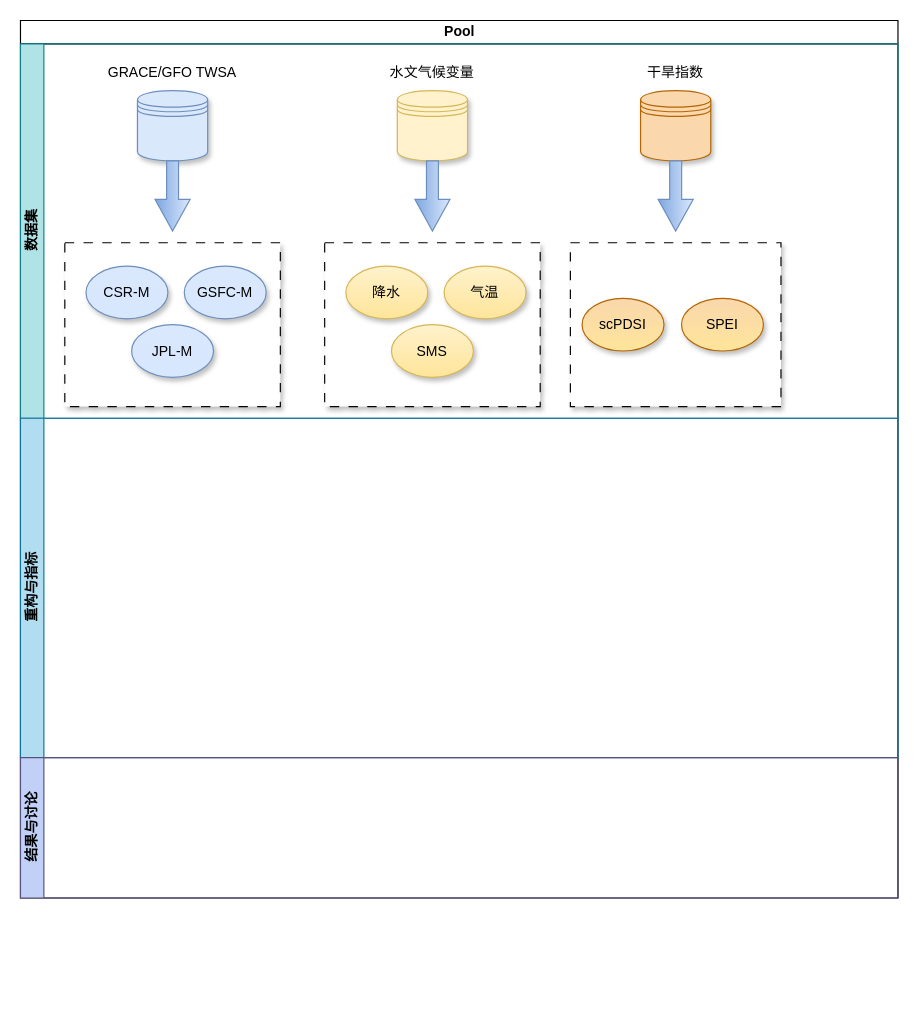
Above: 未命名绘图.drawio in lesmorts/Notes (draw.io), before the change. Source tidied: cells renumbered, new cells numbered last; positions are measured from the earlier drawing's top-left corner, leaving out a move shared by most shapes. Both pictures are drawn from the tidied source at 117%, with x=0, y=0 at pixel (20, 20).
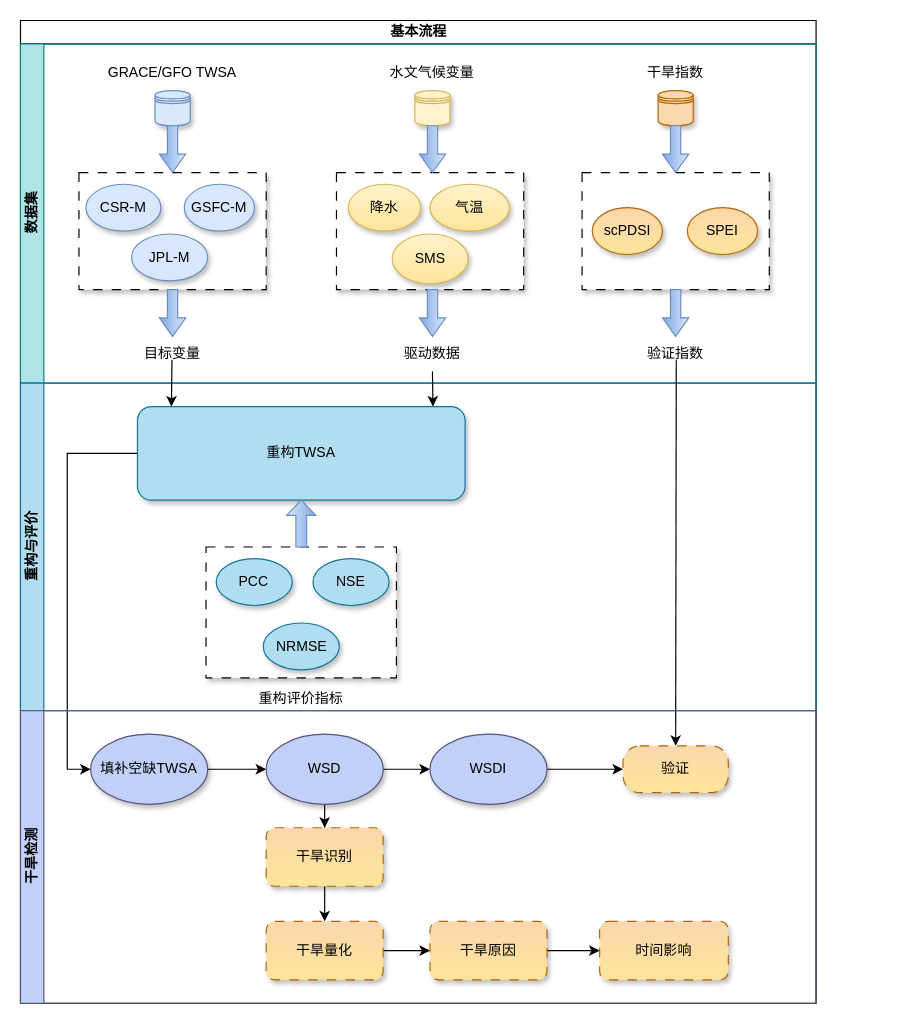
The same diagram, later.

Commit message (it also covers changes not shown here):
更新未命名绘图.drawio

Diff of the diagram source:
```diff
@@
-    <mxCell id="2" value="Pool" style="swimlane;horizontal=1;startSize=20;html=1;" parent="1" vertex="1">
-      <mxGeometry width="750" height="750" as="geometry" />
+    <mxCell id="2" value="基本流程" style="swimlane;horizontal=1;startSize=20;html=1;" parent="1" vertex="1">
+      <mxGeometry width="680" height="840" as="geometry" />
     </mxCell>
     <mxCell id="3" value="数据集" style="swimlane;startSize=20;horizontal=0;html=1;swimlaneFillColor=none;fillColor=#b0e3e6;strokeColor=#0e8088;" parent="2" vertex="1">
-      <mxGeometry y="20" width="750" height="320" as="geometry" />
+      <mxGeometry y="20" width="680" height="290" as="geometry" />
     </mxCell>
     <mxCell id="4" style="shape=datastore;whiteSpace=wrap;html=1;fillColor=#dae8fc;strokeColor=#6c8ebf;shadow=1;" parent="3" vertex="1">
-      <mxGeometry x="100" y="40" width="60" height="60" as="geometry" />
+      <mxGeometry x="115" y="40" width="30" height="30" as="geometry" />
     </mxCell>
@@
     <mxCell id="6" style="shape=datastore;whiteSpace=wrap;html=1;fillColor=#fff2cc;strokeColor=#d6b656;shadow=1;" parent="3" vertex="1">
-      <mxGeometry x="322.1" y="40" width="60" height="60" as="geometry" />
+      <mxGeometry x="337.1" y="40" width="30" height="30" as="geometry" />
     </mxCell>
@@
     <mxCell id="8" style="shape=datastore;whiteSpace=wrap;html=1;fillColor=#fad7ac;strokeColor=#b46504;shadow=1;" parent="3" vertex="1">
-      <mxGeometry x="530" y="40" width="60" height="60" as="geometry" />
+      <mxGeometry x="545" y="40" width="30" height="30" as="geometry" />
     </mxCell>
@@
-    <mxCell id="10" style="html=1;shadow=0;dashed=0;align=center;verticalAlign=middle;shape=mxgraph.arrows2.arrow;dy=0.66;dx=27.07;direction=south;notch=0;fillColor=#dae8fc;strokeColor=#6c8ebf;gradientColor=#7ea6e0;" parent="3" vertex="1">
-      <mxGeometry x="115" y="100" width="30" height="60" as="geometry" />
+    <mxCell id="10" style="html=1;shadow=0;dashed=0;align=center;verticalAlign=middle;shape=mxgraph.arrows2.arrow;dy=0.61;dx=15.76;direction=south;notch=0;fillColor=#dae8fc;strokeColor=#6c8ebf;gradientColor=#7ea6e0;" parent="3" vertex="1">
+      <mxGeometry x="118.7" y="70" width="22.5" height="40" as="geometry" />
     </mxCell>
-    <mxCell id="11" style="html=1;shadow=0;dashed=0;align=center;verticalAlign=middle;shape=mxgraph.arrows2.arrow;dy=0.66;dx=27.07;direction=south;notch=0;fillColor=#dae8fc;strokeColor=#6c8ebf;gradientColor=#7ea6e0;" parent="3" vertex="1">
-      <mxGeometry x="337.1" y="100" width="30" height="60" as="geometry" />
-    </mxCell>
-    <mxCell id="12" style="html=1;shadow=0;dashed=0;align=center;verticalAlign=middle;shape=mxgraph.arrows2.arrow;dy=0.66;dx=27.07;direction=south;notch=0;fillColor=#dae8fc;strokeColor=#6c8ebf;gradientColor=#7ea6e0;" parent="3" vertex="1">
-      <mxGeometry x="545" y="100" width="30" height="60" as="geometry" />
-    </mxCell>
     <mxCell id="13" style="rounded=0;whiteSpace=wrap;html=1;arcSize=15;glass=0;dashed=1;dashPattern=8 8;shadow=1;" parent="3" vertex="1">
-      <mxGeometry x="37.9" y="170" width="184.2" height="140" as="geometry" />
+      <mxGeometry x="50" y="110" width="160" height="100" as="geometry" />
     </mxCell>
     <mxCell id="14" value="CSR-M" style="ellipse;whiteSpace=wrap;html=1;fillColor=#dae8fc;gradientColor=#d7e7fe;strokeColor=#6c8ebf;align=center;verticalAlign=middle;fontFamily=Helvetica;fontSize=12;fontColor=default;shadow=1;" parent="3" vertex="1">
-      <mxGeometry x="56" y="190" width="70" height="45" as="geometry" />
+      <mxGeometry x="56" y="120" width="64" height="40" as="geometry" />
     </mxCell>
-    <mxCell id="15" value="GSFC-M" style="ellipse;whiteSpace=wrap;html=1;fillColor=#dae8fc;gradientColor=#d7e7fe;strokeColor=#6c8ebf;shadow=1;" parent="3" vertex="1">
-      <mxGeometry x="140" y="190" width="70" height="45" as="geometry" />
+    <mxCell id="15" value="GSFC-M" style="ellipse;whiteSpace=wrap;html=1;fillColor=#dae8fc;gradientColor=#d7e7fe;strokeColor=#6c8ebf;shadow=1;align=center;verticalAlign=middle;fontFamily=Helvetica;fontSize=12;fontColor=default;" parent="3" vertex="1">
+      <mxGeometry x="140" y="120" width="60" height="40" as="geometry" />
     </mxCell>
     <mxCell id="16" value="JPL-M" style="ellipse;whiteSpace=wrap;html=1;gradientColor=#d7e7fe;fillColor=#dae8fc;strokeColor=#6c8ebf;align=center;verticalAlign=middle;fontFamily=Helvetica;fontSize=12;fontColor=default;shadow=1;" parent="3" vertex="1">
-      <mxGeometry x="95" y="240" width="70" height="45" as="geometry" />
+      <mxGeometry x="95" y="162.5" width="65" height="40" as="geometry" />
     </mxCell>
     <mxCell id="17" style="rounded=0;whiteSpace=wrap;html=1;arcSize=15;glass=0;dashed=1;dashPattern=8 8;shadow=1;" parent="3" vertex="1">
-      <mxGeometry x="260" y="170" width="184.2" height="140" as="geometry" />
+      <mxGeometry x="270.1" y="110" width="160" height="100" as="geometry" />
     </mxCell>
     <mxCell id="18" value="降水" style="ellipse;whiteSpace=wrap;html=1;fillColor=#fff2cc;gradientColor=#fee59a;strokeColor=#d6b656;align=center;verticalAlign=middle;fontFamily=Helvetica;fontSize=12;shadow=1;fontColor=default;" parent="3" vertex="1">
-      <mxGeometry x="278.1" y="190" width="70" height="45" as="geometry" />
+      <mxGeometry x="280.1" y="120" width="61.9" height="40" as="geometry" />
     </mxCell>
     <mxCell id="19" value="气温" style="ellipse;whiteSpace=wrap;html=1;fillColor=#fff2cc;gradientColor=#fee59a;strokeColor=#d6b656;shadow=1;align=center;verticalAlign=middle;fontFamily=Helvetica;fontSize=12;fontColor=default;" parent="3" vertex="1">
-      <mxGeometry x="362.1" y="190" width="70" height="45" as="geometry" />
+      <mxGeometry x="350" y="120" width="67.9" height="40" as="geometry" />
     </mxCell>
     <mxCell id="20" value="SMS" style="ellipse;whiteSpace=wrap;html=1;gradientColor=#fee59a;fillColor=#fff2cc;strokeColor=#d6b656;align=center;verticalAlign=middle;fontFamily=Helvetica;fontSize=12;fontColor=default;shadow=1;" parent="3" vertex="1">
-      <mxGeometry x="317.1" y="240" width="70" height="45" as="geometry" />
+      <mxGeometry x="317.7" y="162.5" width="64.9" height="42.5" as="geometry" />
     </mxCell>
     <mxCell id="21" style="rounded=0;whiteSpace=wrap;html=1;arcSize=15;glass=0;dashed=1;dashPattern=8 8;shadow=1;" parent="3" vertex="1">
-      <mxGeometry x="470" y="170" width="180" height="140" as="geometry" />
+      <mxGeometry x="480" y="110" width="160" height="100" as="geometry" />
     </mxCell>
     <mxCell id="22" value="scPDSI" style="ellipse;whiteSpace=wrap;html=1;fillColor=#fad7ac;gradientColor=#fee59a;strokeColor=#b46504;align=center;verticalAlign=middle;fontFamily=Helvetica;fontSize=12;shadow=1;fontColor=default;" parent="3" vertex="1">
-      <mxGeometry x="480" y="217.5" width="70" height="45" as="geometry" />
+      <mxGeometry x="488.7" y="140" width="60" height="40" as="geometry" />
     </mxCell>
     <mxCell id="23" value="SPEI" style="ellipse;whiteSpace=wrap;html=1;gradientColor=#fee59a;fillColor=#fad7ac;strokeColor=#b46504;align=center;verticalAlign=middle;fontFamily=Helvetica;fontSize=12;fontColor=default;shadow=1;" parent="3" vertex="1">
-      <mxGeometry x="565" y="217.5" width="70" height="45" as="geometry" />
+      <mxGeometry x="570" y="140" width="60" height="40" as="geometry" />
     </mxCell>
+    <mxCell id="26" value="目标变量" style="text;html=1;align=center;verticalAlign=middle;whiteSpace=wrap;rounded=0;" parent="3" vertex="1">
+      <mxGeometry x="100" y="250" width="60" height="30" as="geometry" />
+    </mxCell>
+    <mxCell id="27" value="驱动数据" style="text;html=1;align=center;verticalAlign=middle;whiteSpace=wrap;rounded=0;" parent="3" vertex="1">
+      <mxGeometry x="322.1" y="250" width="60" height="30" as="geometry" />
+    </mxCell>
+    <mxCell id="28" value="验证指数" style="text;html=1;align=center;verticalAlign=middle;whiteSpace=wrap;rounded=0;" parent="3" vertex="1">
+      <mxGeometry x="530" y="250" width="60" height="30" as="geometry" />
+    </mxCell>
+    <mxCell id="29" style="endArrow=classic;html=1;rounded=0;entryX=0;entryY=0.5;entryDx=0;entryDy=0;" parent="3" edge="1" target="46">
+      <mxGeometry relative="1" as="geometry">
+        <mxPoint x="100" y="350" as="sourcePoint" />
+        <Array as="points">
+          <mxPoint x="40" y="350" />
+          <mxPoint x="40" y="620" />
+        </Array>
+      </mxGeometry>
+    </mxCell>
+    <mxCell id="30" style="html=1;shadow=0;dashed=0;align=center;verticalAlign=middle;shape=mxgraph.arrows2.arrow;dy=0.61;dx=15.76;direction=south;notch=0;fillColor=#dae8fc;strokeColor=#6c8ebf;gradientColor=#7ea6e0;" parent="3" vertex="1">
+      <mxGeometry x="340.9" y="70" width="22.5" height="40" as="geometry" />
+    </mxCell>
+    <mxCell id="31" style="html=1;shadow=0;dashed=0;align=center;verticalAlign=middle;shape=mxgraph.arrows2.arrow;dy=0.61;dx=15.76;direction=south;notch=0;fillColor=#dae8fc;strokeColor=#6c8ebf;gradientColor=#7ea6e0;" parent="3" vertex="1">
+      <mxGeometry x="548.7" y="70" width="22.5" height="40" as="geometry" />
+    </mxCell>
+    <mxCell id="32" style="html=1;shadow=0;dashed=0;align=center;verticalAlign=middle;shape=mxgraph.arrows2.arrow;dy=0.61;dx=15.76;direction=south;notch=0;fillColor=#dae8fc;strokeColor=#6c8ebf;gradientColor=#7ea6e0;" parent="3" vertex="1">
+      <mxGeometry x="118.7" y="210" width="22.5" height="40" as="geometry" />
+    </mxCell>
+    <mxCell id="33" style="html=1;shadow=0;dashed=0;align=center;verticalAlign=middle;shape=mxgraph.arrows2.arrow;dy=0.61;dx=15.76;direction=south;notch=0;fillColor=#dae8fc;strokeColor=#6c8ebf;gradientColor=#7ea6e0;" parent="3" vertex="1">
+      <mxGeometry x="340.9" y="210" width="22.5" height="40" as="geometry" />
+    </mxCell>
+    <mxCell id="34" style="html=1;shadow=0;dashed=0;align=center;verticalAlign=middle;shape=mxgraph.arrows2.arrow;dy=0.61;dx=15.76;direction=south;notch=0;fillColor=#dae8fc;strokeColor=#6c8ebf;gradientColor=#7ea6e0;" parent="3" vertex="1">
+      <mxGeometry x="548.7" y="210" width="22.5" height="40" as="geometry" />
+    </mxCell>
-    <mxCell id="24" value="重构与指标" style="swimlane;startSize=20;horizontal=0;html=1;swimlaneFillColor=none;fillColor=#b1ddf0;strokeColor=#10739e;" parent="2" vertex="1">
-      <mxGeometry y="340" width="750" height="290" as="geometry" />
+    <mxCell id="24" value="重构与评价" style="swimlane;startSize=20;horizontal=0;html=1;swimlaneFillColor=none;fillColor=#b1ddf0;strokeColor=#10739e;rounded=0;arcSize=0;shadow=0;" parent="2" vertex="1">
+      <mxGeometry y="310" width="680" height="280" as="geometry" />
     </mxCell>
+    <mxCell id="35" style="endArrow=classic;html=1;rounded=0;" parent="24" edge="1">
+      <mxGeometry relative="1" as="geometry">
+        <mxPoint x="129.5" y="-20" as="sourcePoint" />
+        <mxPoint x="129" y="20" as="targetPoint" />
+      </mxGeometry>
+    </mxCell>
+    <mxCell id="36" style="endArrow=classic;html=1;rounded=0;entryX=0.5;entryY=0;entryDx=0;entryDy=0;" parent="24" edge="1" target="44">
+      <mxGeometry relative="1" as="geometry">
+        <mxPoint x="560.5" y="-20" as="sourcePoint" />
+      </mxGeometry>
+    </mxCell>
+    <mxCell id="37" value="重构TWSA" style="rounded=1;whiteSpace=wrap;html=1;shadow=1;glass=0;fillColor=#b1ddf0;strokeColor=#10739e;" parent="24" vertex="1">
+      <mxGeometry x="100" y="20" width="280" height="80" as="geometry" />
+    </mxCell>
+    <mxCell id="38" style="rounded=0;whiteSpace=wrap;html=1;arcSize=15;glass=0;dashed=1;dashPattern=8 8;shadow=1;" parent="24" vertex="1">
+      <mxGeometry x="158.6" y="140" width="162.7" height="111.9" as="geometry" />
+    </mxCell>
+    <mxCell id="39" value="PCC" style="ellipse;whiteSpace=wrap;html=1;fillColor=#b1ddf0;strokeColor=#10739e;align=center;verticalAlign=middle;fontFamily=Helvetica;fontSize=12;shadow=1;" parent="24" vertex="1">
+      <mxGeometry x="167.3" y="150" width="65" height="40" as="geometry" />
+    </mxCell>
+    <mxCell id="40" value="NSE" style="ellipse;whiteSpace=wrap;html=1;fillColor=#b1ddf0;strokeColor=#10739e;shadow=1;align=center;verticalAlign=middle;fontFamily=Helvetica;fontSize=12;" parent="24" vertex="1">
+      <mxGeometry x="250" y="150" width="65" height="40" as="geometry" />
+    </mxCell>
+    <mxCell id="41" value="NRMSE" style="ellipse;whiteSpace=wrap;html=1;fillColor=#b1ddf0;strokeColor=#10739e;align=center;verticalAlign=middle;fontFamily=Helvetica;fontSize=12;shadow=1;" parent="24" vertex="1">
+      <mxGeometry x="207.5" y="205" width="65" height="40" as="geometry" />
+    </mxCell>
+    <mxCell id="42" style="html=1;shadow=0;dashed=0;align=center;verticalAlign=middle;shape=mxgraph.arrows2.arrow;dy=0.63;dx=13.02;direction=north;notch=0;fillColor=#dae8fc;strokeColor=#6c8ebf;gradientColor=#7ea6e0;" parent="24" vertex="1">
+      <mxGeometry x="227.5" y="100" width="25" height="40" as="geometry" />
+    </mxCell>
+    <mxCell id="43" value="重构评价指标" style="text;html=1;align=center;verticalAlign=middle;whiteSpace=wrap;rounded=0;" parent="24" vertex="1">
+      <mxGeometry x="195" y="254.5" width="90" height="30" as="geometry" />
+    </mxCell>
-    <mxCell id="25" value="结果与讨论" style="swimlane;startSize=20;horizontal=0;html=1;fillColor=#c0d0f7;strokeColor=#56517e;" parent="2" vertex="1">
-      <mxGeometry y="630" width="750" height="120" as="geometry" />
+    <mxCell id="25" value="干旱检测" style="swimlane;startSize=20;horizontal=0;html=1;fillColor=#c0d0f7;strokeColor=#56517e;swimlaneLine=1;" parent="2" vertex="1">
+      <mxGeometry y="590" width="680" height="250" as="geometry" />
     </mxCell>
+    <mxCell id="44" value="验证" style="rounded=1;whiteSpace=wrap;html=1;arcSize=36;shadow=1;dashed=1;dashPattern=8 8;strokeColor=#b46504;align=center;verticalAlign=middle;fontFamily=Helvetica;fontSize=12;fontColor=default;fontStyle=0;fillColor=#fad7ac;gradientColor=#fee59a;" parent="25" vertex="1">
+      <mxGeometry x="515" y="30" width="90" height="40" as="geometry" />
+    </mxCell>
+    <mxCell id="45" style="edgeStyle=orthogonalEdgeStyle;rounded=0;jettySize=auto;html=1;exitX=1;exitY=0.5;exitDx=0;exitDy=0;entryX=0;entryY=0.5;entryDx=0;entryDy=0;" parent="25" edge="1" source="46" target="49">
+      <mxGeometry relative="1" as="geometry" />
+    </mxCell>
+    <mxCell id="46" value="填补空缺TWSA" style="ellipse;whiteSpace=wrap;html=1;fillColor=#c0d0f7;strokeColor=#56517e;align=center;verticalAlign=middle;fontFamily=Helvetica;fontSize=12;shadow=1;fontStyle=0;fontColor=default;" parent="25" vertex="1">
+      <mxGeometry x="60" y="20" width="100" height="60" as="geometry" />
+    </mxCell>
+    <mxCell id="47" style="edgeStyle=orthogonalEdgeStyle;rounded=0;jettySize=auto;html=1;" parent="25" edge="1" source="49" target="51">
+      <mxGeometry relative="1" as="geometry" />
+    </mxCell>
+    <mxCell id="48" style="edgeStyle=orthogonalEdgeStyle;rounded=0;jettySize=auto;html=1;" parent="25" edge="1" source="49" target="53">
+      <mxGeometry relative="1" as="geometry" />
+    </mxCell>
+    <mxCell id="49" value="WSD" style="ellipse;whiteSpace=wrap;html=1;fillColor=#c0d0f7;strokeColor=#56517e;align=center;verticalAlign=middle;fontFamily=Helvetica;fontSize=12;shadow=1;fontColor=default;fontStyle=0;" parent="25" vertex="1">
+      <mxGeometry x="210" y="20" width="100" height="60" as="geometry" />
+    </mxCell>
+    <mxCell id="50" style="edgeStyle=orthogonalEdgeStyle;rounded=0;jettySize=auto;html=1;" parent="25" edge="1" source="51" target="44">
+      <mxGeometry relative="1" as="geometry" />
+    </mxCell>
+    <mxCell id="51" value="WSDI" style="ellipse;whiteSpace=wrap;html=1;fillColor=#c0d0f7;strokeColor=#56517e;align=center;verticalAlign=middle;fontFamily=Helvetica;fontSize=12;shadow=1;fontColor=default;fontStyle=0;" parent="25" vertex="1">
+      <mxGeometry x="350" y="20" width="100" height="60" as="geometry" />
+    </mxCell>
+    <mxCell id="52" style="edgeStyle=orthogonalEdgeStyle;rounded=0;jettySize=auto;html=1;" parent="25" edge="1" source="53" target="55">
+      <mxGeometry relative="1" as="geometry" />
+    </mxCell>
+    <mxCell id="53" value="干旱识别" style="rounded=1;whiteSpace=wrap;html=1;fillColor=#fad7ac;strokeColor=#b46504;shadow=1;fontStyle=0;dashed=1;dashPattern=8 8;align=center;verticalAlign=middle;fontFamily=Helvetica;fontSize=12;fontColor=default;gradientColor=#fee59a;" parent="25" vertex="1">
+      <mxGeometry x="210" y="100" width="100" height="50" as="geometry" />
+    </mxCell>
+    <mxCell id="54" style="edgeStyle=orthogonalEdgeStyle;rounded=0;jettySize=auto;html=1;" parent="25" edge="1" source="55" target="57">
+      <mxGeometry relative="1" as="geometry" />
+    </mxCell>
+    <mxCell id="55" value="干旱量化" style="rounded=1;whiteSpace=wrap;html=1;fillColor=#fad7ac;strokeColor=#b46504;shadow=1;fontStyle=0;dashed=1;align=center;verticalAlign=middle;fontFamily=Helvetica;fontSize=12;fontColor=default;gradientColor=#fee59a;dashPattern=8 8;" parent="25" vertex="1">
+      <mxGeometry x="210" y="180" width="100" height="50" as="geometry" />
+    </mxCell>
+    <mxCell id="56" style="edgeStyle=orthogonalEdgeStyle;rounded=0;jettySize=auto;html=1;" parent="25" edge="1" source="57" target="58">
+      <mxGeometry relative="1" as="geometry" />
+    </mxCell>
+    <mxCell id="57" value="干旱原因" style="rounded=1;whiteSpace=wrap;html=1;fillColor=#fad7ac;strokeColor=#b46504;shadow=1;fontStyle=0;dashed=1;gradientColor=#fee59a;dashPattern=8 8;" parent="25" vertex="1">
+      <mxGeometry x="350" y="180" width="100" height="50" as="geometry" />
+    </mxCell>
+    <mxCell id="58" value="时间影响" style="rounded=1;whiteSpace=wrap;html=1;fillColor=#fad7ac;strokeColor=#b46504;shadow=1;fontStyle=0;dashed=1;gradientColor=#fee59a;dashPattern=8 8;" parent="25" vertex="1">
+      <mxGeometry x="495" y="180" width="110" height="50" as="geometry" />
+    </mxCell>
+    <mxCell id="59" style="edgeStyle=orthogonalEdgeStyle;rounded=0;jettySize=auto;html=1;exitX=0.5;exitY=1;exitDx=0;exitDy=0;entryX=0.902;entryY=0;entryDx=0;entryDy=0;entryPerimeter=0;" parent="2" edge="1" source="27" target="37">
+      <mxGeometry relative="1" as="geometry" />
+    </mxCell>
```
